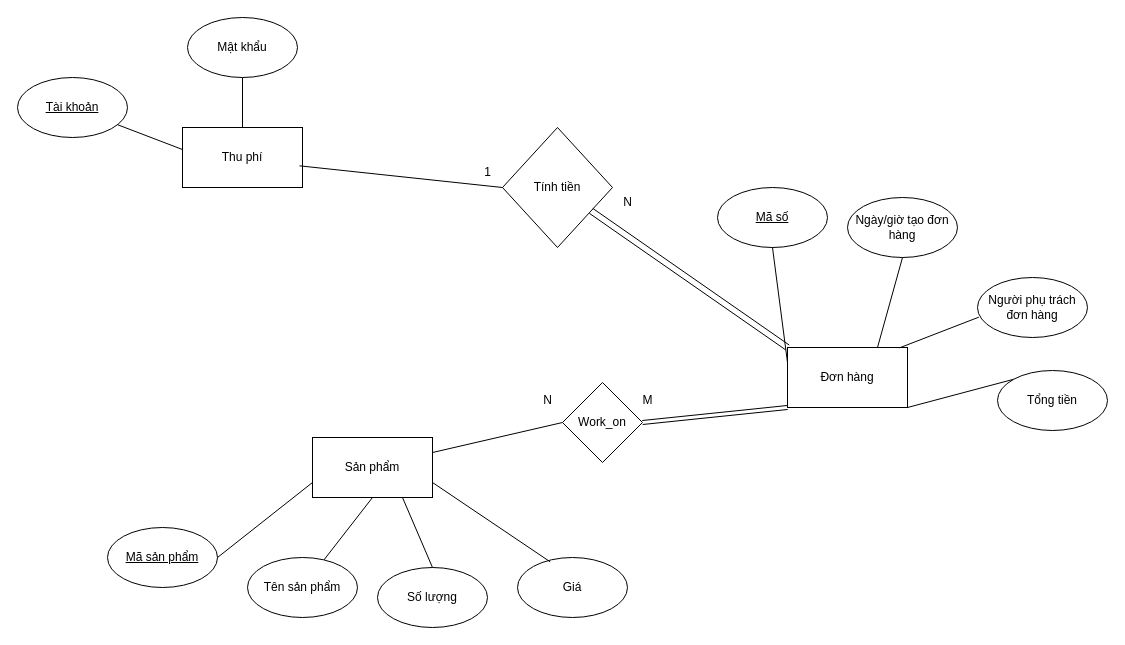
This is QuanLyNhaHang.drawio from bomnguyen1907/draw_database, a draw.io file, before an edit. Source tidied: cells renumbered, new cells numbered last; positions are measured from the earlier drawing's top-left corner, leaving out a move shared by most shapes. Both pictures are drawn from the tidied source at 100%, with x=0, y=0 at pixel (17, 17).
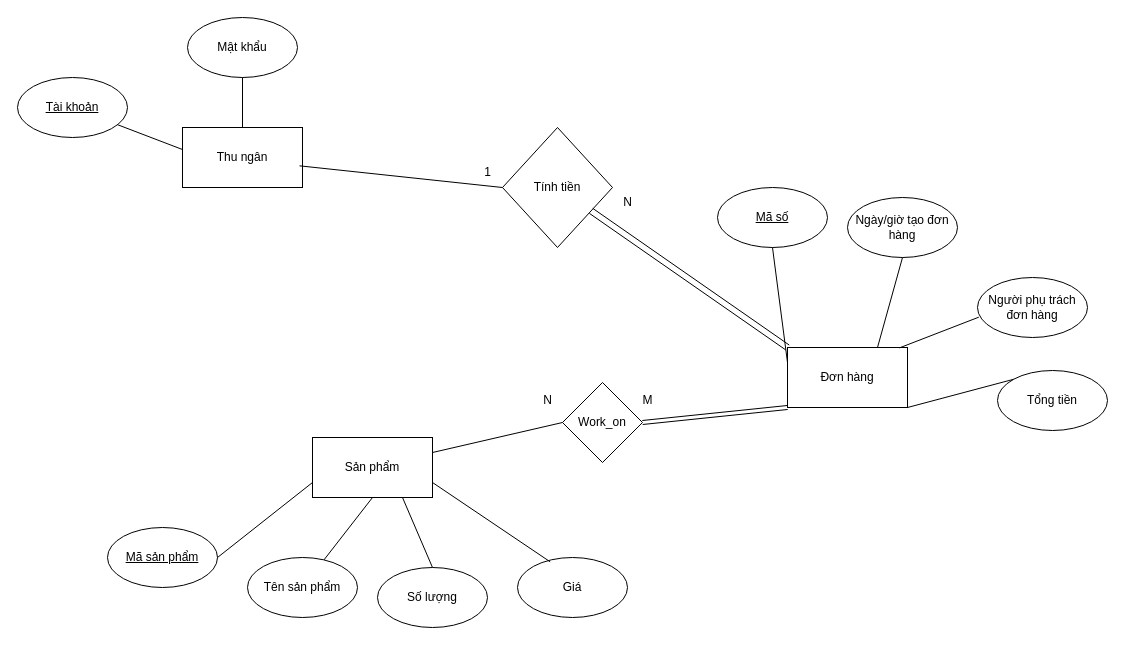
The same diagram, later.

Commit message:
Cập nhật QuanLyNhaHang.drawio

Diff of the diagram source:
```diff
@@
-    <mxCell id="2" value="Thu phí" style="whiteSpace=wrap;html=1;strokeWidth=1;perimeterSpacing=0;glass=0;shadow=0;" parent="1" vertex="1">
+    <mxCell id="2" value="Thu ngân" style="whiteSpace=wrap;html=1;strokeWidth=1;perimeterSpacing=0;glass=0;shadow=0;" parent="1" vertex="1">
       <mxGeometry x="165" y="110" width="120" height="60" as="geometry" />
     </mxCell>
```
